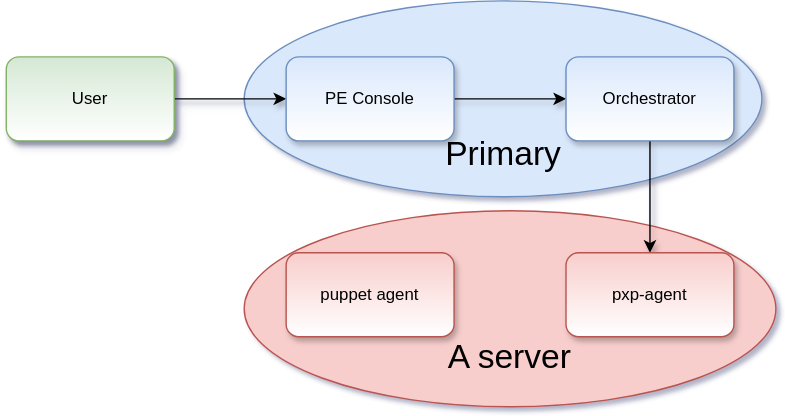
Before: orchestrator.drawio.svg, a diagram exported from draw.io (bastelfreak/cfgmgmtcamp2025). Source tidied: cells renumbered, new cells last; positions are measured from the earlier drawing's top-left corner, leaving out a move shared by most shapes.
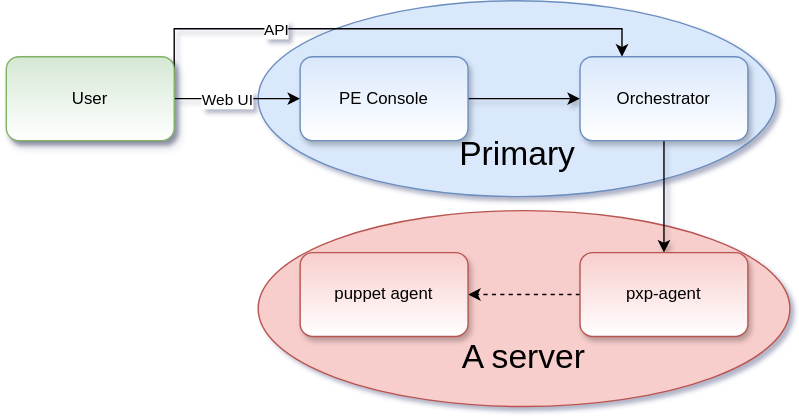
Later version of the same file.

The edit, as a diff of the source:
```diff
@@ -5,38 +5,55 @@
     <mxCell id="2" style="ellipse;whiteSpace=wrap;html=1;fillColor=#dae8fc;strokeColor=#6c8ebf;" parent="1" vertex="1">
       <mxGeometry x="170" width="370" height="140" as="geometry" />
     </mxCell>
-    <mxCell id="3" style="edgeStyle=orthogonalEdgeStyle;rounded=0;jettySize=auto;html=1;shadow=1;" parent="1" edge="1" source="4" target="6">
+    <mxCell id="3" style="edgeStyle=orthogonalEdgeStyle;rounded=0;jettySize=auto;html=1;exitX=1;exitY=0.5;exitDx=0;exitDy=0;entryX=0;entryY=0.5;entryDx=0;entryDy=0;" parent="1" edge="1" source="7" target="9">
       <mxGeometry relative="1" as="geometry" />
     </mxCell>
-    <mxCell id="4" value="User" style="rounded=1;whiteSpace=wrap;html=1;fillColor=#d5e8d4;strokeColor=#82b366;shadow=1;gradientDirection=south;gradientColor=light-dark(#ffffff, #ededed);" parent="1" vertex="1">
-      <mxGeometry y="40" width="120" height="60" as="geometry" />
+    <mxCell id="4" value="Web UI" style="edgeLabel;html=1;align=center;verticalAlign=middle;points=[];" parent="3" vertex="1">
+      <mxGeometry x="-0.17" y="-1" relative="1" as="geometry" />
     </mxCell>
-    <mxCell id="5" style="edgeStyle=orthogonalEdgeStyle;rounded=0;jettySize=auto;html=1;shadow=1;" parent="1" edge="1" source="6" target="9">
-      <mxGeometry relative="1" as="geometry" />
+    <mxCell id="5" style="edgeStyle=orthogonalEdgeStyle;rounded=0;jettySize=auto;html=1;exitX=1;exitY=0.25;exitDx=0;exitDy=0;entryX=0.25;entryY=0;entryDx=0;entryDy=0;" parent="1" edge="1" source="7" target="12">
+      <mxGeometry relative="1" as="geometry">
+        <Array as="points">
+          <mxPoint x="110" y="20" />
+          <mxPoint x="430" y="20" />
+        </Array>
+      </mxGeometry>
     </mxCell>
-    <mxCell id="6" value="PE Console" style="rounded=1;whiteSpace=wrap;html=1;fillColor=#dae8fc;strokeColor=#6c8ebf;gradientColor=light-dark(#ffffff, #ededed);shadow=1;" parent="1" vertex="1">
-      <mxGeometry x="200" y="40" width="120" height="60" as="geometry" />
+    <mxCell id="6" value="API" style="edgeLabel;html=1;align=center;verticalAlign=middle;points=[];" parent="5" vertex="1">
+      <mxGeometry x="-0.43" y="-1" relative="1" as="geometry" />
     </mxCell>
-    <mxCell id="7" style="ellipse;whiteSpace=wrap;html=1;fillColor=#f8cecc;strokeColor=#b85450;" parent="1" vertex="1">
-      <mxGeometry x="170" y="150" width="380" height="140" as="geometry" />
+    <mxCell id="7" value="User" style="rounded=1;whiteSpace=wrap;html=1;fillColor=#d5e8d4;strokeColor=#82b366;shadow=1;gradientDirection=south;gradientColor=light-dark(#ffffff, #ededed);" parent="1" vertex="1">
+      <mxGeometry x="-10" y="40" width="120" height="60" as="geometry" />
     </mxCell>
-    <mxCell id="8" style="edgeStyle=orthogonalEdgeStyle;rounded=0;jettySize=auto;html=1;entryX=0.5;entryY=0;entryDx=0;entryDy=0;shadow=1;" parent="1" edge="1" source="9" target="10">
+    <mxCell id="8" style="edgeStyle=orthogonalEdgeStyle;rounded=0;jettySize=auto;html=1;shadow=1;" parent="1" edge="1" source="9" target="12">
       <mxGeometry relative="1" as="geometry" />
     </mxCell>
-    <mxCell id="9" value="Orchestrator" style="rounded=1;whiteSpace=wrap;html=1;fillColor=#dae8fc;strokeColor=#6c8ebf;shadow=1;gradientColor=light-dark(#ffffff, #ededed);" parent="1" vertex="1">
-      <mxGeometry x="400" y="40" width="120" height="60" as="geometry" />
+    <mxCell id="9" value="PE Console" style="rounded=1;whiteSpace=wrap;html=1;fillColor=#dae8fc;strokeColor=#6c8ebf;gradientColor=light-dark(#ffffff, #ededed);shadow=1;" parent="1" vertex="1">
+      <mxGeometry x="200" y="40" width="120" height="60" as="geometry" />
     </mxCell>
-    <mxCell id="10" value="pxp-agent" style="rounded=1;whiteSpace=wrap;html=1;fillColor=#f8cecc;strokeColor=#b85450;shadow=1;gradientColor=light-dark(#ffffff, #ededed);" parent="1" vertex="1">
-      <mxGeometry x="400" y="180" width="120" height="60" as="geometry" />
+    <mxCell id="10" style="ellipse;whiteSpace=wrap;html=1;fillColor=#f8cecc;strokeColor=#b85450;" parent="1" vertex="1">
+      <mxGeometry x="170" y="150" width="380" height="140" as="geometry" />
     </mxCell>
-    <mxCell id="11" value="puppet agent" style="rounded=1;whiteSpace=wrap;html=1;fillColor=#f8cecc;strokeColor=#b85450;shadow=1;gradientColor=light-dark(#ffffff, #ededed);" parent="1" vertex="1">
-      <mxGeometry x="200" y="180" width="120" height="60" as="geometry" />
+    <mxCell id="11" style="edgeStyle=orthogonalEdgeStyle;rounded=0;jettySize=auto;html=1;entryX=0.5;entryY=0;entryDx=0;entryDy=0;shadow=1;" parent="1" edge="1" source="12" target="14">
+      <mxGeometry relative="1" as="geometry" />
     </mxCell>
-    <mxCell id="12" value="&lt;font style=&quot;font-size: 24px;&quot;&gt;A server&lt;/font&gt;" style="text;html=1;align=center;verticalAlign=middle;whiteSpace=wrap;rounded=0;" parent="1" vertex="1">
-      <mxGeometry x="290" y="230" width="140" height="50" as="geometry" />
+    <mxCell id="12" value="Orchestrator" style="rounded=1;whiteSpace=wrap;html=1;fillColor=#dae8fc;strokeColor=#6c8ebf;shadow=1;gradientColor=light-dark(#ffffff, #ededed);" parent="1" vertex="1">
+      <mxGeometry x="400" y="40" width="120" height="60" as="geometry" />
     </mxCell>
-    <mxCell id="13" value="&lt;font style=&quot;font-size: 24px;&quot;&gt;Primary&lt;/font&gt;" style="text;html=1;align=center;verticalAlign=middle;whiteSpace=wrap;rounded=0;" parent="1" vertex="1">
-      <mxGeometry x="312.5" y="90" width="85" height="40" as="geometry" />
+    <mxCell id="13" style="edgeStyle=orthogonalEdgeStyle;rounded=0;jettySize=auto;html=1;dashed=1;" parent="1" edge="1" source="14" target="15">
+      <mxGeometry relative="1" as="geometry" />
     </mxCell>
+    <mxCell id="14" value="pxp-agent" style="rounded=1;whiteSpace=wrap;html=1;fillColor=#f8cecc;strokeColor=#b85450;shadow=1;gradientColor=light-dark(#ffffff, #ededed);" parent="1" vertex="1">
+      <mxGeometry x="400" y="180" width="120" height="60" as="geometry" />
+    </mxCell>
+    <mxCell id="15" value="puppet agent" style="rounded=1;whiteSpace=wrap;html=1;fillColor=#f8cecc;strokeColor=#b85450;shadow=1;gradientColor=light-dark(#ffffff, #ededed);" parent="1" vertex="1">
+      <mxGeometry x="200" y="180" width="120" height="60" as="geometry" />
+    </mxCell>
+    <mxCell id="16" value="&lt;font style=&quot;font-size: 24px;&quot;&gt;A server&lt;/font&gt;" style="text;html=1;align=center;verticalAlign=middle;whiteSpace=wrap;rounded=0;" parent="1" vertex="1">
+      <mxGeometry x="290" y="230" width="140" height="50" as="geometry" />
+    </mxCell>
+    <mxCell id="17" value="&lt;font style=&quot;font-size: 24px;&quot;&gt;Primary&lt;/font&gt;" style="text;html=1;align=center;verticalAlign=middle;whiteSpace=wrap;rounded=0;" parent="1" vertex="1">
+      <mxGeometry x="312.5" y="90" width="85" height="40" as="geometry" />
+    </mxCell>
   </root>
 </mxGraphModel>
```
